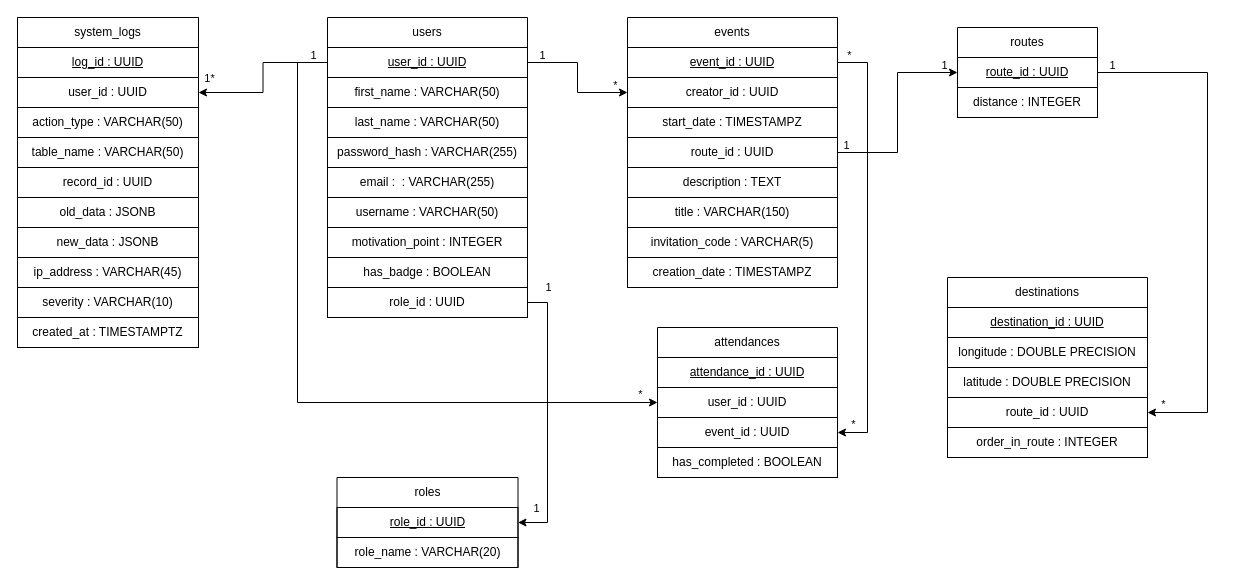
Before: Schemes/DBTables.drawio in bcem00/WalkTogether, a draw.io diagram. Source tidied: cells renumbered, new cells numbered last; positions are measured from the earlier drawing's top-left corner, leaving out a move shared by most shapes. Both pictures are drawn from the tidied source at 100%, with x=0, y=0 at pixel (17, 17).
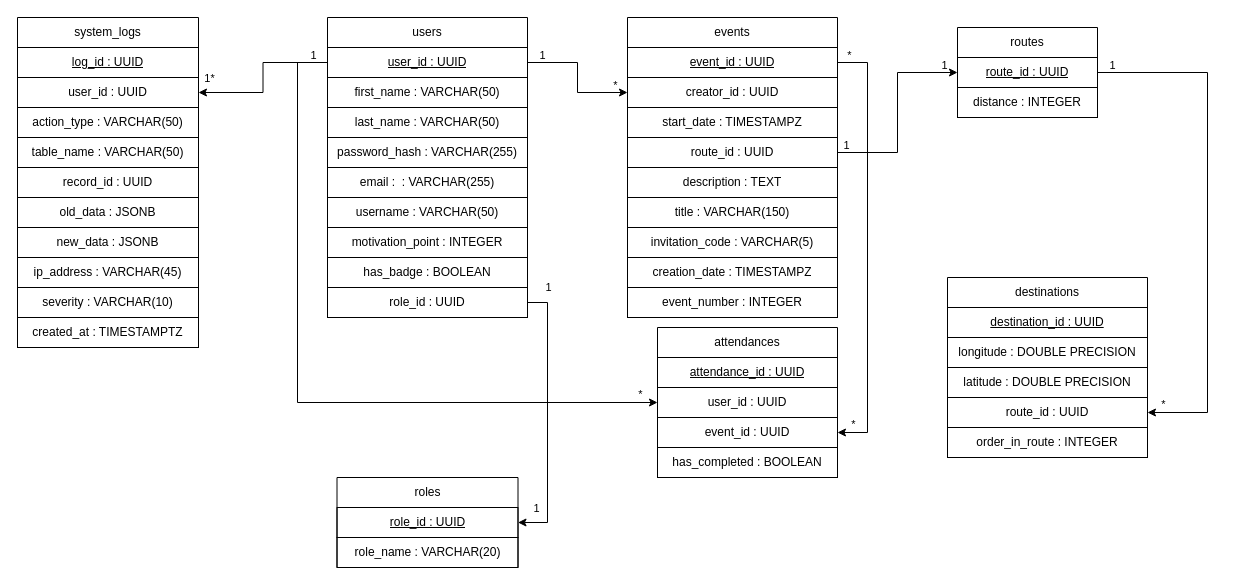
Above is the later version.

Diff of the diagram source:
```diff
@@
     <mxCell id="18" value="events" style="swimlane;fontStyle=0;horizontal=1;startSize=30;whiteSpace=wrap;html=1;" parent="1" vertex="1">
-      <mxGeometry x="610" width="210" height="270" as="geometry" />
+      <mxGeometry x="610" width="210" height="300" as="geometry" />
     </mxCell>
@@
+    <mxCell id="69" value="event_number : INTEGER" style="text;strokeColor=default;fillColor=none;align=center;verticalAlign=middle;spacingLeft=4;spacingRight=4;overflow=hidden;whiteSpace=wrap;html=1;" parent="18" vertex="1">
+      <mxGeometry y="270" width="210" height="30" as="geometry" />
+    </mxCell>
```
